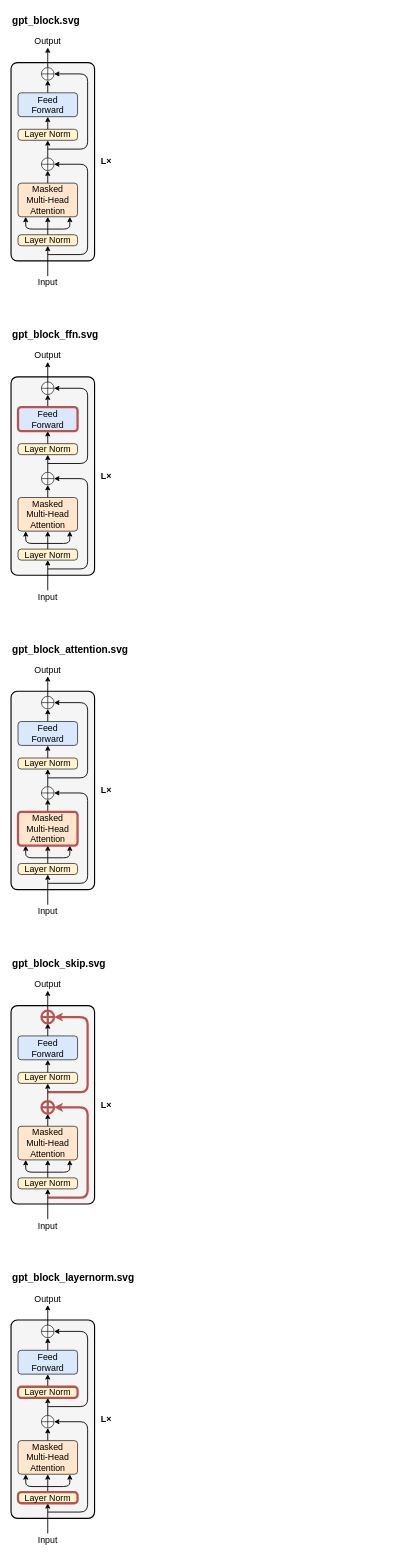
This is assets/gpt-cpp-cuda/gpt-cpp-cuda.drawio from brunomaga/brunomaga.github.io, a draw.io file, before an edit. Source tidied: cells renumbered, new cells numbered last; positions are measured from the earlier drawing's top-left corner, leaving out a move shared by most shapes. Both pictures are drawn from the tidied source at 63%, with x=0, y=0 at pixel (11, 11).
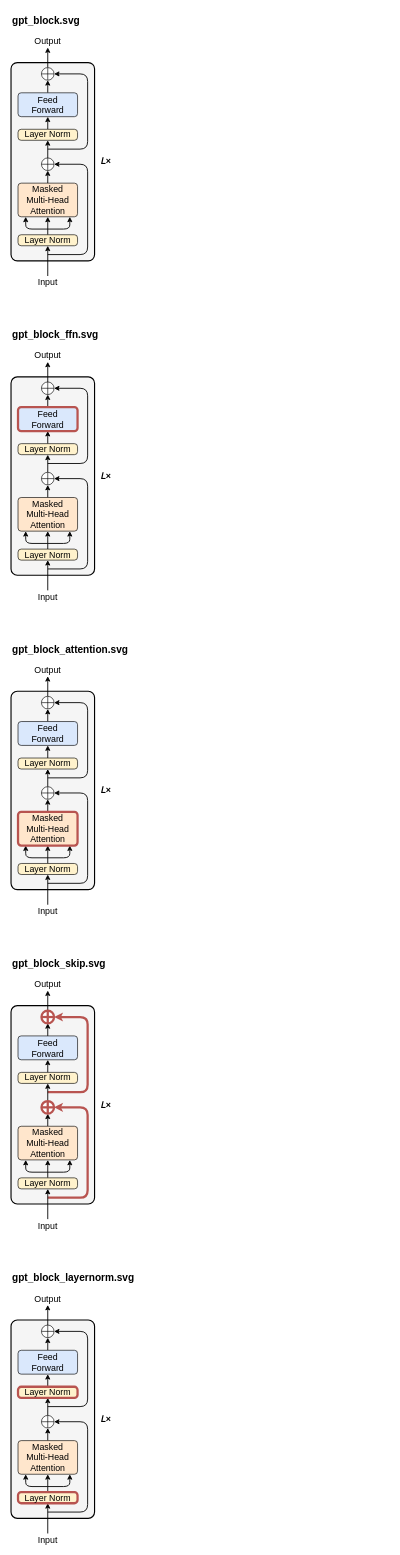
Above is the later version.

Unchanged cells that the change refers to:
```xml
<mxCell id="3" style="group;fontFamily=Source Sans 3;" parent="1" vertex="1">
  <mxGeometry y="40" width="158.1" height="398.9" as="geometry" />
</mxCell>
<mxCell id="26" style="group;fontFamily=Source Sans 3;" parent="1" vertex="1">
  <mxGeometry y="539" width="158.1" height="398.9" as="geometry" />
</mxCell>
<mxCell id="49" style="group;fontFamily=Source Sans 3;" parent="1" vertex="1">
  <mxGeometry y="1038" width="158.1" height="398.9" as="geometry" />
</mxCell>
<mxCell id="72" style="group;fontFamily=Source Sans 3;" parent="1" vertex="1">
  <mxGeometry y="1537" width="158.1" height="398.9" as="geometry" />
</mxCell>
<mxCell id="95" style="group;fontFamily=Source Sans 3;" parent="1" vertex="1">
  <mxGeometry y="2036" width="158.1" height="398.9" as="geometry" />
</mxCell>
```

Change to the diagram source:
```diff
@@
-    <mxCell id="22" value="L×" style="text;html=1;whiteSpace=nowrap;align=left;verticalAlign=middle;spacing=0;fontFamily=Source Sans 3;fontSize=14;fontColor=#000000;fontStyle=1;" parent="3" vertex="1">
+    <mxCell id="22" value="&lt;span style=&quot;font-family: NewComputerModernSansMath;&quot;&gt;𝐿×&lt;/span&gt;" style="text;html=1;whiteSpace=nowrap;align=left;verticalAlign=middle;spacing=0;fontFamily=Source Sans 3;fontSize=14;fontColor=#000000;fontStyle=1;" parent="3" vertex="1">
       <mxGeometry x="142.6" y="190.8" width="15.5" height="16.8" as="geometry" />
     </mxCell>
@@
-    <mxCell id="45" value="L×" style="text;html=1;whiteSpace=nowrap;align=left;verticalAlign=middle;spacing=0;fontFamily=Source Sans 3;fontSize=14;fontColor=#000000;fontStyle=1;" parent="26" vertex="1">
+    <mxCell id="45" value="&lt;span style=&quot;font-family: NewComputerModernSansMath;&quot;&gt;𝐿×&lt;/span&gt;" style="text;html=1;whiteSpace=nowrap;align=left;verticalAlign=middle;spacing=0;fontFamily=Source Sans 3;fontSize=14;fontColor=#000000;fontStyle=1;" parent="26" vertex="1">
       <mxGeometry x="142.6" y="190.8" width="15.5" height="16.8" as="geometry" />
     </mxCell>
@@
-    <mxCell id="68" value="L×" style="text;html=1;whiteSpace=nowrap;align=left;verticalAlign=middle;spacing=0;fontFamily=Source Sans 3;fontSize=14;fontColor=#000000;fontStyle=1;" parent="49" vertex="1">
+    <mxCell id="68" value="&lt;span style=&quot;font-family: NewComputerModernSansMath;&quot;&gt;𝐿×&lt;/span&gt;" style="text;html=1;whiteSpace=nowrap;align=left;verticalAlign=middle;spacing=0;fontFamily=Source Sans 3;fontSize=14;fontColor=#000000;fontStyle=1;" parent="49" vertex="1">
       <mxGeometry x="142.6" y="190.8" width="15.5" height="16.8" as="geometry" />
     </mxCell>
@@
-    <mxCell id="91" value="L×" style="text;html=1;whiteSpace=nowrap;align=left;verticalAlign=middle;spacing=0;fontFamily=Source Sans 3;fontSize=14;fontColor=#000000;fontStyle=1;" parent="72" vertex="1">
+    <mxCell id="91" value="&lt;span style=&quot;font-family: NewComputerModernSansMath;&quot;&gt;𝐿×&lt;/span&gt;" style="text;html=1;whiteSpace=nowrap;align=left;verticalAlign=middle;spacing=0;fontFamily=Source Sans 3;fontSize=14;fontColor=#000000;fontStyle=1;" parent="72" vertex="1">
       <mxGeometry x="142.6" y="190.8" width="15.5" height="16.8" as="geometry" />
     </mxCell>
@@
-    <mxCell id="114" value="L×" style="text;html=1;whiteSpace=nowrap;align=left;verticalAlign=middle;spacing=0;fontFamily=Source Sans 3;fontSize=14;fontColor=#000000;fontStyle=1;" parent="95" vertex="1">
+    <mxCell id="114" value="&lt;span style=&quot;font-family: NewComputerModernSansMath;&quot;&gt;𝐿×&lt;/span&gt;" style="text;html=1;whiteSpace=nowrap;align=left;verticalAlign=middle;spacing=0;fontFamily=Source Sans 3;fontSize=14;fontColor=#000000;fontStyle=1;" parent="95" vertex="1">
       <mxGeometry x="142.6" y="190.8" width="15.5" height="16.8" as="geometry" />
     </mxCell>
```
